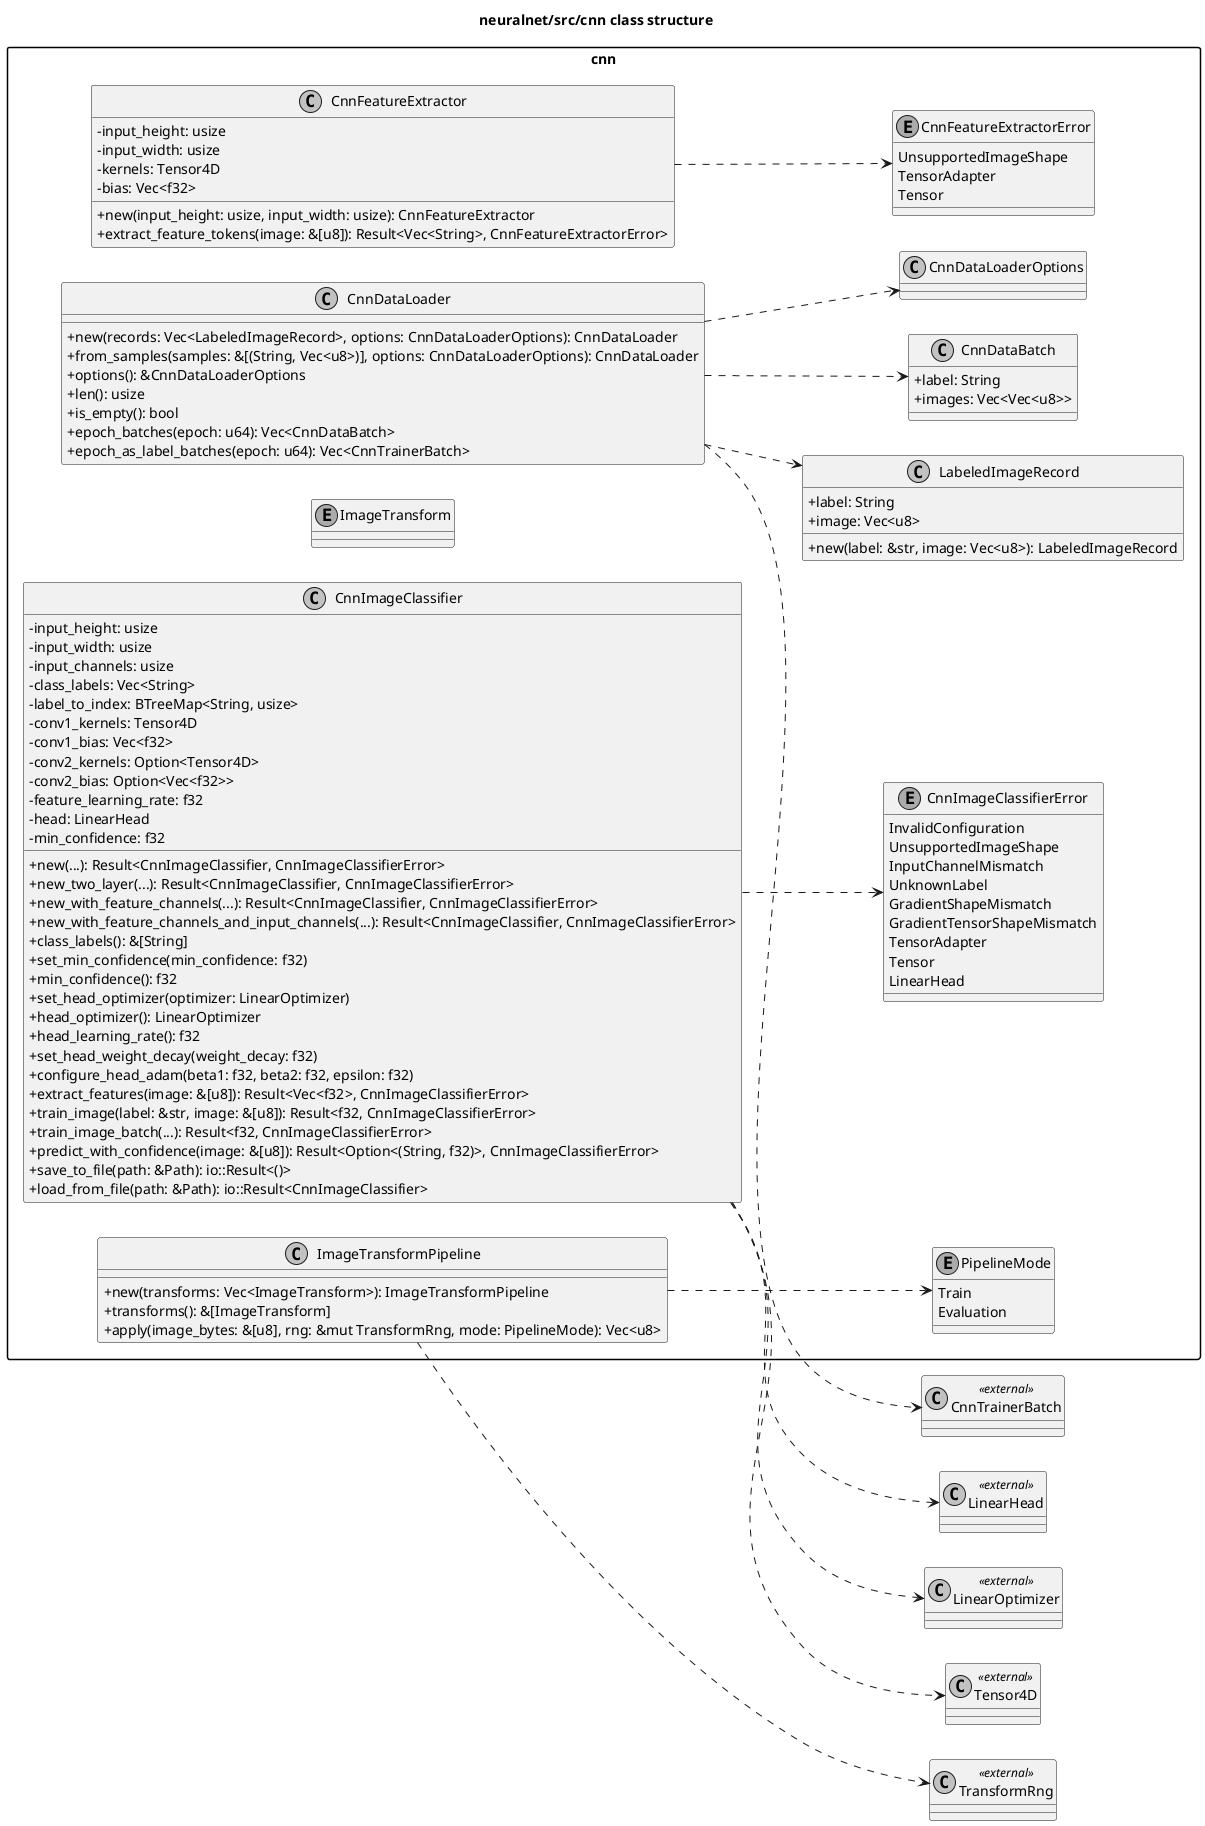
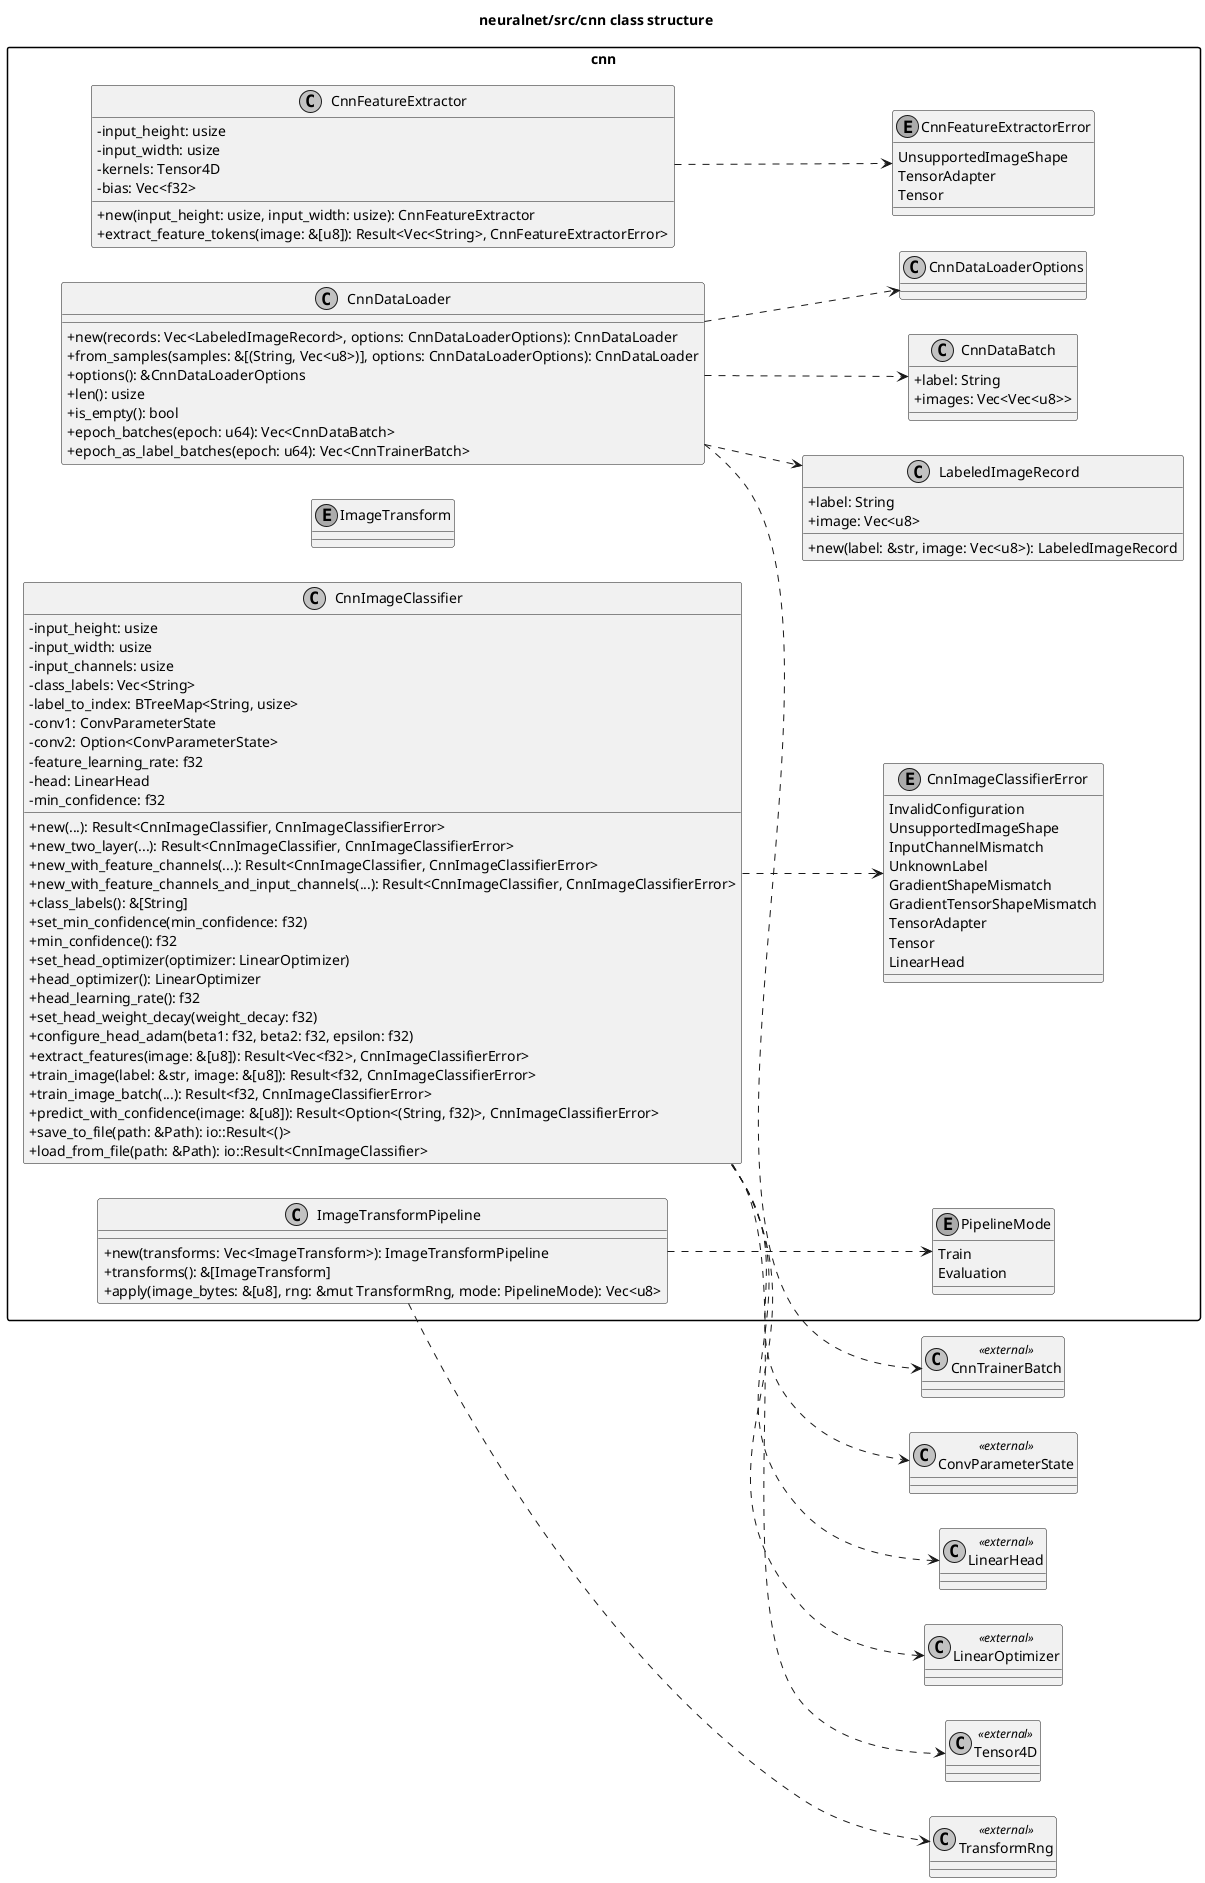
@startuml
left to right direction
skinparam packageStyle rectangle
skinparam shadowing false
skinparam monochrome true
skinparam classAttributeIconSize 0

title neuralnet/src/cnn class structure

package "cnn" {
  enum CnnImageClassifierError {
    InvalidConfiguration
    UnsupportedImageShape
    InputChannelMismatch
    UnknownLabel
    GradientShapeMismatch
    GradientTensorShapeMismatch
    TensorAdapter
    Tensor
    LinearHead
  }

  enum CnnFeatureExtractorError {
    UnsupportedImageShape
    TensorAdapter
    Tensor
  }

  class CnnImageClassifier {
    - input_height: usize
    - input_width: usize
    - input_channels: usize
    - class_labels: Vec<String>
    - label_to_index: BTreeMap<String, usize>
-     - conv1_kernels: Tensor4D
-     - conv1_bias: Vec<f32>
-     - conv2_kernels: Option<Tensor4D>
-     - conv2_bias: Option<Vec<f32>>
+     - conv1: ConvParameterState
+     - conv2: Option<ConvParameterState>
    - feature_learning_rate: f32
    - head: LinearHead
    - min_confidence: f32
    + new(...): Result<CnnImageClassifier, CnnImageClassifierError>
    + new_two_layer(...): Result<CnnImageClassifier, CnnImageClassifierError>
    + new_with_feature_channels(...): Result<CnnImageClassifier, CnnImageClassifierError>
    + new_with_feature_channels_and_input_channels(...): Result<CnnImageClassifier, CnnImageClassifierError>
    + class_labels(): &[String]
    + set_min_confidence(min_confidence: f32)
    + min_confidence(): f32
    + set_head_optimizer(optimizer: LinearOptimizer)
    + head_optimizer(): LinearOptimizer
    + head_learning_rate(): f32
    + set_head_weight_decay(weight_decay: f32)
    + configure_head_adam(beta1: f32, beta2: f32, epsilon: f32)
    + extract_features(image: &[u8]): Result<Vec<f32>, CnnImageClassifierError>
    + train_image(label: &str, image: &[u8]): Result<f32, CnnImageClassifierError>
    + train_image_batch(...): Result<f32, CnnImageClassifierError>
    + predict_with_confidence(image: &[u8]): Result<Option<(String, f32)>, CnnImageClassifierError>
    + save_to_file(path: &Path): io::Result<()>
    + load_from_file(path: &Path): io::Result<CnnImageClassifier>
  }

  class CnnFeatureExtractor {
    - input_height: usize
    - input_width: usize
    - kernels: Tensor4D
    - bias: Vec<f32>
    + new(input_height: usize, input_width: usize): CnnFeatureExtractor
    + extract_feature_tokens(image: &[u8]): Result<Vec<String>, CnnFeatureExtractorError>
  }

  enum PipelineMode {
    Train
    Evaluation
  }

  enum ImageTransform

  class ImageTransformPipeline {
    + new(transforms: Vec<ImageTransform>): ImageTransformPipeline
    + transforms(): &[ImageTransform]
    + apply(image_bytes: &[u8], rng: &mut TransformRng, mode: PipelineMode): Vec<u8>
  }

  class LabeledImageRecord {
    + label: String
    + image: Vec<u8>
    + new(label: &str, image: Vec<u8>): LabeledImageRecord
  }

  class CnnDataBatch {
    + label: String
    + images: Vec<Vec<u8>>
  }

  class CnnDataLoaderOptions

  class CnnDataLoader {
    + new(records: Vec<LabeledImageRecord>, options: CnnDataLoaderOptions): CnnDataLoader
    + from_samples(samples: &[(String, Vec<u8>)], options: CnnDataLoaderOptions): CnnDataLoader
    + options(): &CnnDataLoaderOptions
    + len(): usize
    + is_empty(): bool
    + epoch_batches(epoch: u64): Vec<CnnDataBatch>
    + epoch_as_label_batches(epoch: u64): Vec<CnnTrainerBatch>
  }
}

class Tensor4D <<external>>
+ class ConvParameterState <<external>>
class LinearHead <<external>>
class LinearOptimizer <<external>>
class TransformRng <<external>>
class CnnTrainerBatch <<external>>

CnnImageClassifier ..> CnnImageClassifierError
CnnFeatureExtractor ..> CnnFeatureExtractorError

CnnImageClassifier ..> Tensor4D
+ CnnImageClassifier ..> ConvParameterState
CnnImageClassifier ..> LinearHead
CnnImageClassifier ..> LinearOptimizer
ImageTransformPipeline ..> PipelineMode
ImageTransformPipeline ..> TransformRng
CnnDataLoader ..> LabeledImageRecord
CnnDataLoader ..> CnnDataLoaderOptions
CnnDataLoader ..> CnnDataBatch
CnnDataLoader ..> CnnTrainerBatch
@enduml